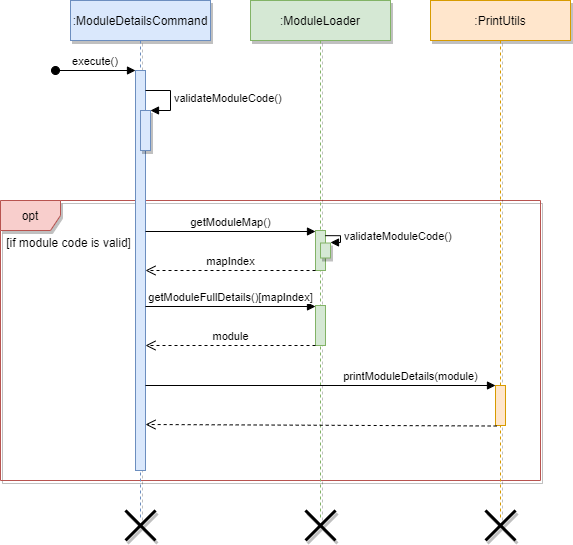
The draw.io diagram docs/images/DeveloperGuide/moduleDetailsCommand_sequence.png in vanessa-kang/tp, before a commit. Source tidied: cells renumbered, new cells last; positions are measured from the earlier drawing's top-left corner, leaving out a move shared by most shapes.
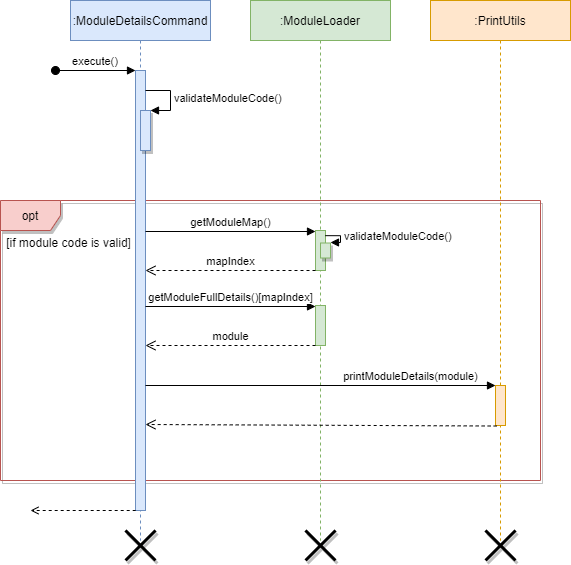
After the change.

Commit message:
Added return control for module details sequence diagram

Diff of the diagram source:
```diff
@@ -5,11 +5,11 @@
     <mxCell id="2" value="opt" style="shape=umlFrame;whiteSpace=wrap;html=1;shadow=1;glass=0;sketch=0;fillColor=#f8cecc;strokeColor=#b85450;" parent="1" vertex="1">
       <mxGeometry y="200" width="540" height="280" as="geometry" />
     </mxCell>
-    <mxCell id="3" value=":ModuleDetailsCommand" style="shape=umlLifeline;perimeter=lifelinePerimeter;rounded=0;shadow=1;strokeWidth=1;verticalAlign=middle;fillColor=#dae8fc;strokeColor=#6c8ebf;" parent="1" vertex="1">
-      <mxGeometry x="70" width="140" height="520" as="geometry" />
+    <mxCell id="3" value=":ModuleDetailsCommand" style="shape=umlLifeline;perimeter=lifelinePerimeter;rounded=0;shadow=0;strokeWidth=1;verticalAlign=middle;fillColor=#dae8fc;strokeColor=#6c8ebf;" parent="1" vertex="1">
+      <mxGeometry x="70" width="140" height="540" as="geometry" />
     </mxCell>
     <mxCell id="4" style="points=[];perimeter=orthogonalPerimeter;rounded=0;shadow=0;strokeWidth=1;fillColor=#dae8fc;strokeColor=#6c8ebf;" parent="3" vertex="1">
-      <mxGeometry x="65" y="70" width="10" height="400" as="geometry" />
+      <mxGeometry x="65" y="70" width="10" height="440" as="geometry" />
     </mxCell>
     <mxCell id="5" value="execute()" style="verticalAlign=bottom;startArrow=oval;endArrow=block;startSize=8;shadow=0;strokeWidth=1;" parent="3" edge="1" target="4">
       <mxGeometry relative="1" as="geometry">
@@ -27,8 +27,8 @@
         </Array>
       </mxGeometry>
     </mxCell>
-    <mxCell id="8" value=":ModuleLoader" style="shape=umlLifeline;perimeter=lifelinePerimeter;rounded=0;shadow=1;strokeWidth=1;fillColor=#d5e8d4;strokeColor=#82b366;glass=0;sketch=0;" parent="1" vertex="1">
-      <mxGeometry x="250" width="140" height="520" as="geometry" />
+    <mxCell id="8" value=":ModuleLoader" style="shape=umlLifeline;perimeter=lifelinePerimeter;rounded=0;shadow=0;strokeWidth=1;fillColor=#d5e8d4;strokeColor=#82b366;glass=0;sketch=0;" parent="1" vertex="1">
+      <mxGeometry x="250" width="140" height="540" as="geometry" />
     </mxCell>
     <mxCell id="9" style="points=[];perimeter=orthogonalPerimeter;rounded=0;shadow=0;strokeWidth=1;fillColor=#d5e8d4;strokeColor=#82b366;" parent="8" vertex="1">
       <mxGeometry x="65" y="230" width="10" height="40" as="geometry" />
@@ -36,8 +36,8 @@
     <mxCell id="10" style="html=1;perimeter=orthogonalPerimeter;shadow=1;glass=0;sketch=0;fillColor=#d5e8d4;strokeColor=#82b366;" parent="8" vertex="1">
       <mxGeometry x="70" y="242.5" width="10" height="15" as="geometry" />
     </mxCell>
-    <mxCell id="11" value=":PrintUtils" style="shape=umlLifeline;perimeter=lifelinePerimeter;rounded=0;shadow=1;strokeWidth=1;fillColor=#ffe6cc;strokeColor=#d79b00;glass=0;sketch=0;" parent="1" vertex="1">
-      <mxGeometry x="430" width="140" height="520" as="geometry" />
+    <mxCell id="11" value=":PrintUtils" style="shape=umlLifeline;perimeter=lifelinePerimeter;rounded=0;shadow=0;strokeWidth=1;fillColor=#ffe6cc;strokeColor=#d79b00;glass=0;sketch=0;size=40;verticalAlign=middle;" parent="1" vertex="1">
+      <mxGeometry x="430" width="140" height="540" as="geometry" />
     </mxCell>
     <mxCell id="12" style="points=[];perimeter=orthogonalPerimeter;rounded=0;shadow=0;strokeWidth=1;fillColor=#ffe6cc;strokeColor=#d79b00;" parent="11" vertex="1">
       <mxGeometry x="65" y="385" width="10" height="40" as="geometry" />
@@ -88,13 +88,18 @@
       </mxGeometry>
     </mxCell>
     <mxCell id="22" style="shape=umlDestroy;whiteSpace=wrap;html=1;strokeWidth=3;shadow=1;glass=0;sketch=0;fillColor=none;" parent="1" vertex="1">
-      <mxGeometry x="125" y="510" width="30" height="30" as="geometry" />
+      <mxGeometry x="125" y="530" width="30" height="30" as="geometry" />
     </mxCell>
     <mxCell id="23" style="shape=umlDestroy;whiteSpace=wrap;html=1;strokeWidth=3;shadow=1;glass=0;sketch=0;fillColor=none;" parent="1" vertex="1">
-      <mxGeometry x="305" y="510" width="30" height="30" as="geometry" />
+      <mxGeometry x="305" y="530" width="30" height="30" as="geometry" />
     </mxCell>
     <mxCell id="24" style="shape=umlDestroy;whiteSpace=wrap;html=1;strokeWidth=3;shadow=1;glass=0;sketch=0;fillColor=none;" parent="1" vertex="1">
-      <mxGeometry x="485" y="510" width="30" height="30" as="geometry" />
+      <mxGeometry x="485" y="530" width="30" height="30" as="geometry" />
     </mxCell>
+    <mxCell id="25" style="html=1;verticalAlign=bottom;endArrow=open;strokeColor=#000000;dashed=1;exitX=0.02;exitY=1;exitDx=0;exitDy=0;exitPerimeter=0;endFill=0;" parent="1" edge="1" source="4">
+      <mxGeometry relative="1" as="geometry">
+        <mxPoint x="30" y="510" as="targetPoint" />
+      </mxGeometry>
+    </mxCell>
   </root>
 </mxGraphModel>
```
